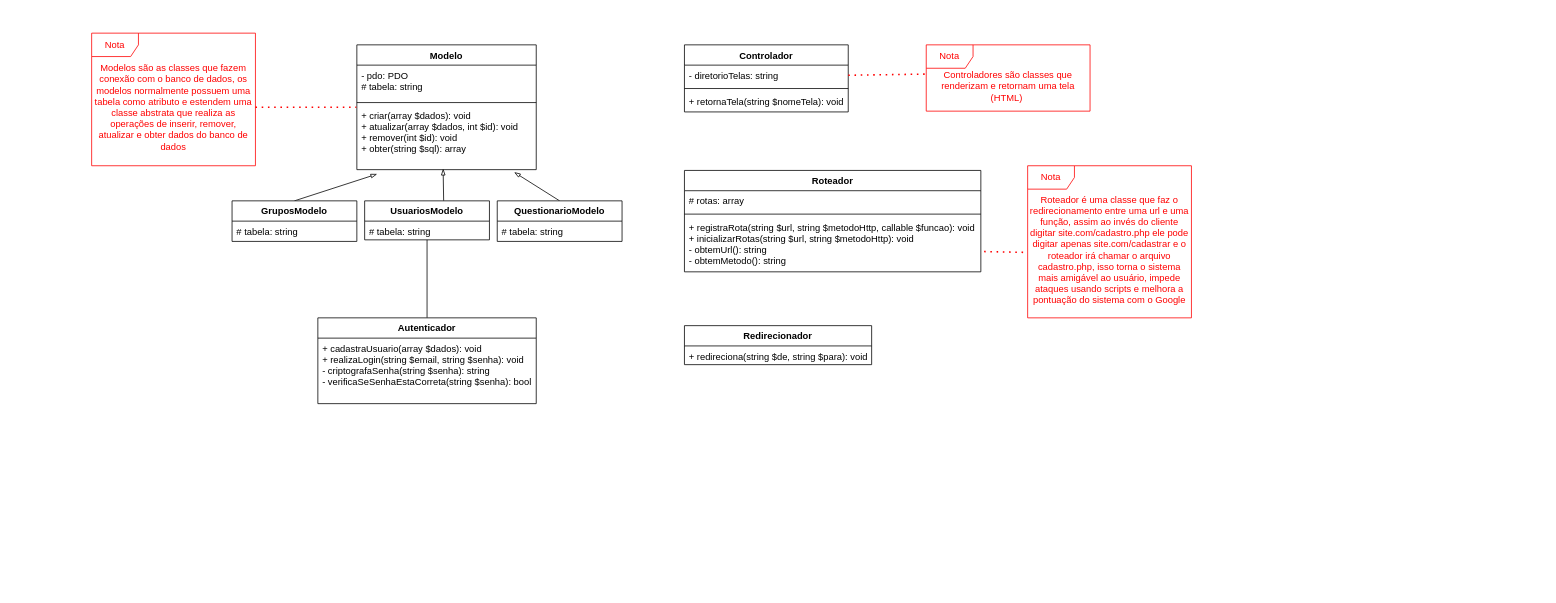
Before: Diagramas/Arquitetura de classes.drawio in pmarangon/Grupo-1-PI--Sa-de-e-Bem-Estar, a draw.io diagram. Source tidied: cells renumbered, new cells numbered last; positions are measured from the earlier drawing's top-left corner, leaving out a move shared by most shapes. Both pictures are drawn from the tidied source at 78%, with x=0, y=0 at pixel (91, 33).
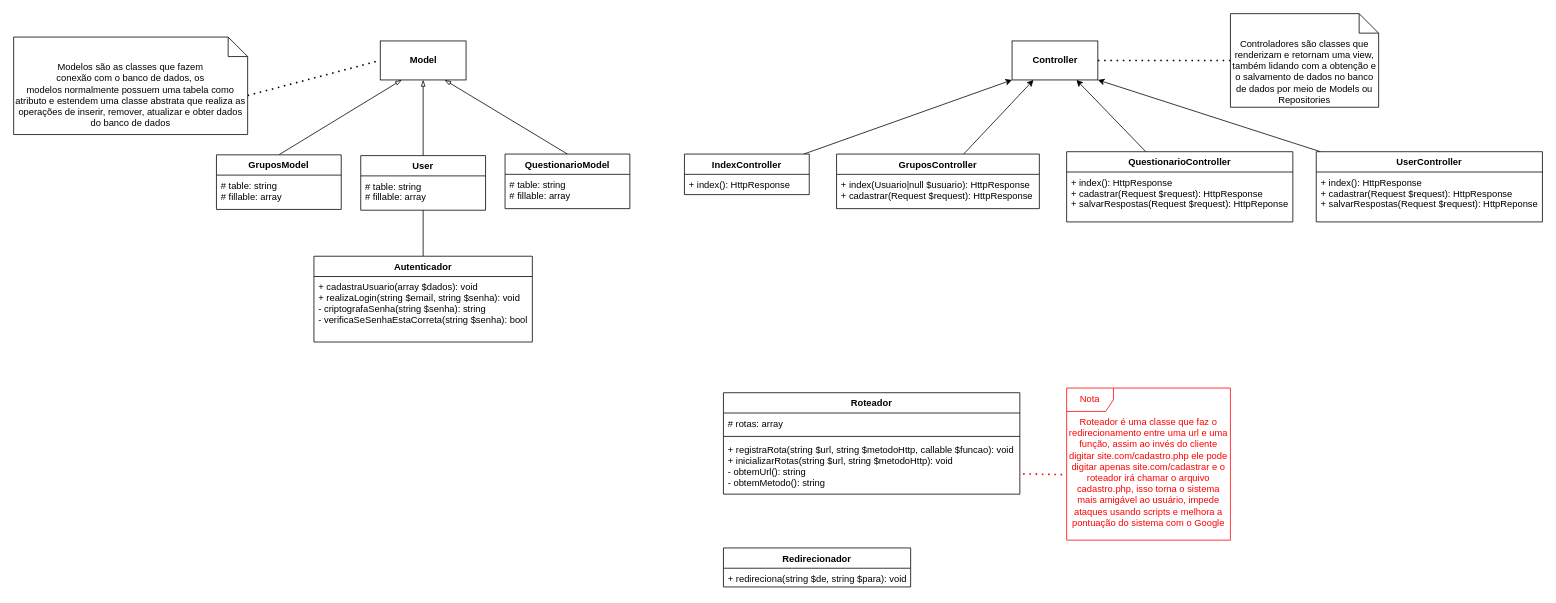
After the change.

Commit message:
Melhora diagrama de arquitetura de classes

What changed in the source:
```diff
@@
-    <mxCell id="2" value="Modelo" style="swimlane;fontStyle=1;align=center;verticalAlign=top;horizontal=1;startSize=26;" parent="1" vertex="1">
-      <mxGeometry x="340" y="15" width="230" height="160" as="geometry" />
-    </mxCell>
-    <mxCell id="3" value="- pdo: PDO&#10;# tabela: string" style="text;strokeColor=none;fillColor=none;align=left;verticalAlign=top;spacingLeft=4;spacingRight=4;overflow=hidden;" parent="2" vertex="1">
-      <mxGeometry y="26" width="230" height="44" as="geometry" />
-    </mxCell>
-    <mxCell id="4" style="line;strokeWidth=1;fillColor=none;align=left;verticalAlign=middle;spacingTop=-1;spacingLeft=3;spacingRight=3;labelPosition=right;" parent="2" vertex="1">
-      <mxGeometry y="70" width="230" height="8" as="geometry" />
-    </mxCell>
-    <mxCell id="5" value="+ criar(array $dados): void&#10;+ atualizar(array $dados, int $id): void&#10;+ remover(int $id): void&#10;+ obter(string $sql): array" style="text;strokeColor=none;fillColor=none;align=left;verticalAlign=top;spacingLeft=4;spacingRight=4;overflow=hidden;points=[[0,0.5],[1,0.5]];portConstraint=eastwest;" parent="2" vertex="1">
-      <mxGeometry y="78" width="230" height="82" as="geometry" />
-    </mxCell>
-    <mxCell id="6" style="rounded=0;jettySize=auto;html=1;exitX=0.5;exitY=0;exitDx=0;exitDy=0;entryX=0.113;entryY=1.069;entryDx=0;entryDy=0;entryPerimeter=0;endArrow=blockThin;endFill=0;" parent="1" edge="1" source="7" target="5">
+    <mxCell id="6" style="rounded=0;jettySize=auto;html=1;exitX=0.5;exitY=0;exitDx=0;exitDy=0;entryX=0.25;entryY=1;entryDx=0;entryDy=0;endArrow=blockThin;endFill=0;" parent="1" edge="1" source="7" target="38">
       <mxGeometry relative="1" as="geometry" />
     </mxCell>
-    <mxCell id="7" value="GruposModelo" style="swimlane;fontStyle=1;align=center;verticalAlign=top;horizontal=1;startSize=26;" parent="1" vertex="1">
-      <mxGeometry x="180" y="215" width="160" height="52" as="geometry" />
+    <mxCell id="7" value="GruposModel" style="swimlane;fontStyle=1;align=center;verticalAlign=top;horizontal=1;startSize=26;" parent="1" vertex="1">
+      <mxGeometry x="160" y="156" width="160" height="70" as="geometry" />
     </mxCell>
-    <mxCell id="8" value="# tabela: string" style="text;strokeColor=none;fillColor=none;align=left;verticalAlign=top;spacingLeft=4;spacingRight=4;overflow=hidden;" parent="7" vertex="1">
-      <mxGeometry y="26" width="160" height="26" as="geometry" />
+    <mxCell id="8" value="# table: string&#10;# fillable: array" style="text;strokeColor=none;fillColor=none;align=left;verticalAlign=top;spacingLeft=4;spacingRight=4;overflow=hidden;" parent="7" vertex="1">
+      <mxGeometry y="26" width="160" height="44" as="geometry" />
     </mxCell>
-    <mxCell id="9" style="rounded=0;jettySize=auto;html=1;exitX=0.633;exitY=0;exitDx=0;exitDy=0;entryX=0.481;entryY=0.986;entryDx=0;entryDy=0;entryPerimeter=0;endArrow=blockThin;endFill=0;exitPerimeter=0;" parent="1" edge="1" source="11" target="5">
+    <mxCell id="9" style="rounded=0;jettySize=auto;html=1;exitX=0.5;exitY=0;exitDx=0;exitDy=0;entryX=0.5;entryY=1;entryDx=0;entryDy=0;endArrow=blockThin;endFill=0;" parent="1" edge="1" source="11" target="38">
       <mxGeometry relative="1" as="geometry" />
     </mxCell>
@@
-    <mxCell id="11" value="UsuariosModelo" style="swimlane;fontStyle=1;align=center;verticalAlign=top;horizontal=1;startSize=26;" parent="1" vertex="1">
-      <mxGeometry x="350" y="215" width="160" height="50" as="geometry" />
+    <mxCell id="11" value="User" style="swimlane;fontStyle=1;align=center;verticalAlign=top;horizontal=1;startSize=26;" parent="1" vertex="1">
+      <mxGeometry x="345" y="157" width="160" height="70" as="geometry" />
     </mxCell>
-    <mxCell id="12" value="# tabela: string" style="text;strokeColor=none;fillColor=none;align=left;verticalAlign=top;spacingLeft=4;spacingRight=4;overflow=hidden;" parent="11" vertex="1">
-      <mxGeometry y="26" width="160" height="24" as="geometry" />
+    <mxCell id="12" value="# table: string&#10;# fillable: array" style="text;strokeColor=none;fillColor=none;align=left;verticalAlign=top;spacingLeft=4;spacingRight=4;overflow=hidden;" parent="11" vertex="1">
+      <mxGeometry y="26" width="160" height="44" as="geometry" />
     </mxCell>
-    <mxCell id="13" style="edgeStyle=none;rounded=0;jettySize=auto;html=1;exitX=0.5;exitY=0;exitDx=0;exitDy=0;entryX=0.877;entryY=1.04;entryDx=0;entryDy=0;entryPerimeter=0;endArrow=blockThin;endFill=0;" parent="1" edge="1" source="14" target="5">
+    <mxCell id="13" style="edgeStyle=none;rounded=0;jettySize=auto;html=1;exitX=0.5;exitY=0;exitDx=0;exitDy=0;entryX=0.75;entryY=1;entryDx=0;entryDy=0;endArrow=blockThin;endFill=0;" parent="1" edge="1" source="14" target="38">
       <mxGeometry relative="1" as="geometry" />
     </mxCell>
-    <mxCell id="14" value="QuestionarioModelo" style="swimlane;fontStyle=1;align=center;verticalAlign=top;horizontal=1;startSize=26;" parent="1" vertex="1">
-      <mxGeometry x="520" y="215" width="160" height="52" as="geometry" />
+    <mxCell id="14" value="QuestionarioModel" style="swimlane;fontStyle=1;align=center;verticalAlign=top;horizontal=1;startSize=26;" parent="1" vertex="1">
+      <mxGeometry x="530" y="155" width="160" height="70" as="geometry" />
     </mxCell>
-    <mxCell id="15" value="# tabela: string" style="text;strokeColor=none;fillColor=none;align=left;verticalAlign=top;spacingLeft=4;spacingRight=4;overflow=hidden;" parent="14" vertex="1">
-      <mxGeometry y="26" width="160" height="26" as="geometry" />
+    <mxCell id="15" value="# table: string&#10;# fillable: array" style="text;strokeColor=none;fillColor=none;align=left;verticalAlign=top;spacingLeft=4;spacingRight=4;overflow=hidden;" parent="14" vertex="1">
+      <mxGeometry y="26" width="160" height="44" as="geometry" />
     </mxCell>
     <mxCell id="16" value="Autenticador" style="swimlane;fontStyle=1;align=center;verticalAlign=top;horizontal=1;startSize=26;" parent="1" vertex="1">
-      <mxGeometry x="290" y="365" width="280" height="110" as="geometry" />
+      <mxGeometry x="285" y="286" width="280" height="110" as="geometry" />
     </mxCell>
@@
     <mxCell id="18" value="Roteador" style="swimlane;fontStyle=1;align=center;verticalAlign=top;horizontal=1;startSize=26;" parent="1" vertex="1">
-      <mxGeometry x="760" y="176" width="380" height="130" as="geometry" />
+      <mxGeometry x="810" y="461" width="380" height="130" as="geometry" />
     </mxCell>
@@
     <mxCell id="22" value="Redirecionador" style="swimlane;fontStyle=1;align=center;verticalAlign=top;horizontal=1;startSize=26;" parent="1" vertex="1">
-      <mxGeometry x="760" y="375" width="240" height="50" as="geometry" />
+      <mxGeometry x="810" y="660" width="240" height="50" as="geometry" />
     </mxCell>
@@
-    <mxCell id="24" value="Controlador" style="swimlane;fontStyle=1;align=center;verticalAlign=top;horizontal=1;startSize=26;" parent="1" vertex="1">
-      <mxGeometry x="760" y="15" width="210" height="86" as="geometry" />
-    </mxCell>
-    <mxCell id="25" value="- diretorioTelas: string" style="text;strokeColor=none;fillColor=none;align=left;verticalAlign=top;spacingLeft=4;spacingRight=4;overflow=hidden;points=[[0,0.5],[1,0.5]];portConstraint=eastwest;" parent="24" vertex="1">
-      <mxGeometry y="26" width="210" height="26" as="geometry" />
-    </mxCell>
-    <mxCell id="26" style="line;strokeWidth=1;fillColor=none;align=left;verticalAlign=middle;spacingTop=-1;spacingLeft=3;spacingRight=3;labelPosition=right;" parent="24" vertex="1">
-      <mxGeometry y="52" width="210" height="8" as="geometry" />
-    </mxCell>
-    <mxCell id="27" value="+ retornaTela(string $nomeTela): void" style="text;strokeColor=none;fillColor=none;align=left;verticalAlign=top;spacingLeft=4;spacingRight=4;overflow=hidden;" parent="24" vertex="1">
-      <mxGeometry y="60" width="210" height="26" as="geometry" />
-    </mxCell>
-    <mxCell id="28" value="Nota" style="shape=umlFrame;whiteSpace=wrap;html=1;fontColor=#FF0000;strokeColor=#FF0000;" parent="1" vertex="1">
-      <mxGeometry width="210" height="170" as="geometry" />
-    </mxCell>
-    <mxCell id="29" value="Modelos são as classes que fazem&lt;br&gt;conexão com o banco de dados, os&lt;br&gt;modelos normalmente possuem uma tabela como atributo e estendem uma classe abstrata que realiza as operações de inserir, remover, atualizar e obter dados do banco de dados" style="text;html=1;strokeColor=none;fillColor=none;align=center;verticalAlign=middle;whiteSpace=wrap;rounded=0;fontColor=#FF0000;" parent="1" vertex="1">
-      <mxGeometry y="37.5" width="210" height="115" as="geometry" />
-    </mxCell>
-    <mxCell id="30" style="endArrow=none;dashed=1;html=1;dashPattern=1 3;strokeWidth=2;exitX=1;exitY=0.5;exitDx=0;exitDy=0;entryX=-0.003;entryY=0.024;entryDx=0;entryDy=0;entryPerimeter=0;strokeColor=#FF0000;" parent="1" edge="1" source="29" target="5">
+    <mxCell id="30" style="endArrow=none;dashed=1;html=1;dashPattern=1 3;strokeWidth=2;exitX=0;exitY=0;exitDx=300;exitDy=75;strokeColor=#000000;exitPerimeter=0;entryX=0;entryY=0.5;entryDx=0;entryDy=0;" parent="1" edge="1" source="29" target="38">
       <mxGeometry relative="1" as="geometry" />
     </mxCell>
-    <mxCell id="31" value="Nota" style="shape=umlFrame;whiteSpace=wrap;html=1;fontColor=#FF0000;strokeColor=#FF0000;" parent="1" vertex="1">
-      <mxGeometry x="1070" y="15" width="210" height="85" as="geometry" />
-    </mxCell>
-    <mxCell id="32" value="Controladores são classes que&lt;br&gt;renderizam e retornam uma tela (HTML)&amp;nbsp;" style="text;html=1;strokeColor=none;fillColor=none;align=center;verticalAlign=middle;whiteSpace=wrap;rounded=0;fontColor=#FF0000;" parent="1" vertex="1">
-      <mxGeometry x="1070" y="50" width="210" height="35" as="geometry" />
-    </mxCell>
     <mxCell id="33" value="Nota" style="shape=umlFrame;whiteSpace=wrap;html=1;fontColor=#FF0000;strokeColor=#FF0000;" parent="1" vertex="1">
-      <mxGeometry x="1200" y="170" width="210" height="195" as="geometry" />
+      <mxGeometry x="1250" y="455" width="210" height="195" as="geometry" />
     </mxCell>
     <mxCell id="34" value="Roteador é uma classe que faz o redirecionamento entre uma url e uma função, assim ao invés do cliente digitar site.com/cadastro.php ele pode digitar apenas site.com/cadastrar e o roteador irá chamar o arquivo cadastro.php, isso torna o sistema mais amigável ao usuário, impede ataques usando scripts e melhora a pontuação do sistema com o Google" style="text;html=1;strokeColor=none;fillColor=none;align=center;verticalAlign=middle;whiteSpace=wrap;rounded=0;fontColor=#FF0000;" parent="1" vertex="1">
-      <mxGeometry x="1200" y="210" width="210" height="135" as="geometry" />
+      <mxGeometry x="1250" y="495" width="210" height="135" as="geometry" />
     </mxCell>
@@
-    <mxCell id="36" style="endArrow=none;dashed=1;html=1;dashPattern=1 3;strokeWidth=2;exitX=1;exitY=0.5;exitDx=0;exitDy=0;entryX=-0.003;entryY=0.071;entryDx=0;entryDy=0;strokeColor=#FF0000;entryPerimeter=0;" parent="1" edge="1" source="25" target="32">
+    <mxCell id="36" style="endArrow=none;dashed=1;html=1;dashPattern=1 3;strokeWidth=2;exitX=1;exitY=0.5;exitDx=0;exitDy=0;entryX=0;entryY=0.5;entryDx=0;entryDy=0;strokeColor=#000000;entryPerimeter=0;" parent="1" edge="1" source="39" target="37">
       <mxGeometry relative="1" as="geometry" />
     </mxCell>
+    <mxCell id="29" value="Modelos são as classes que fazem&lt;br&gt;conexão com o banco de dados, os&lt;br&gt;modelos normalmente possuem uma tabela como atributo e estendem uma classe abstrata que realiza as operações de inserir, remover, atualizar e obter dados do banco de dados" style="shape=note2;boundedLbl=1;whiteSpace=wrap;html=1;size=25;verticalAlign=top;align=center;" parent="1" vertex="1">
+      <mxGeometry x="-100" y="5" width="300" height="125" as="geometry" />
+    </mxCell>
+    <mxCell id="37" value="Controladores são classes que&lt;br&gt;renderizam e retornam uma view, também lidando com a obtenção e o salvamento de dados no banco de dados por meio de Models ou Repositories" style="shape=note2;boundedLbl=1;whiteSpace=wrap;html=1;size=25;verticalAlign=top;align=center;" parent="1" vertex="1">
+      <mxGeometry x="1460" y="-25" width="190" height="120" as="geometry" />
+    </mxCell>
+    <mxCell id="38" value="&lt;b&gt;Model&lt;/b&gt;" style="html=1;" parent="1" vertex="1">
+      <mxGeometry x="370" y="10" width="110" height="50" as="geometry" />
+    </mxCell>
+    <mxCell id="39" value="&lt;b&gt;Controller&lt;/b&gt;" style="html=1;" parent="1" vertex="1">
+      <mxGeometry x="1180" y="10" width="110" height="50" as="geometry" />
+    </mxCell>
+    <mxCell id="40" style="edgeStyle=none;rounded=0;jettySize=auto;html=1;entryX=0;entryY=1;entryDx=0;entryDy=0;strokeColor=#000000;" parent="1" edge="1" source="41" target="39">
+      <mxGeometry relative="1" as="geometry" />
+    </mxCell>
+    <mxCell id="41" value="IndexController" style="swimlane;fontStyle=1;align=center;verticalAlign=top;horizontal=1;startSize=26;" parent="1" vertex="1">
+      <mxGeometry x="760" y="155" width="160" height="52" as="geometry" />
+    </mxCell>
+    <mxCell id="42" value="+ index(): HttpResponse" style="text;strokeColor=none;fillColor=none;align=left;verticalAlign=top;spacingLeft=4;spacingRight=4;overflow=hidden;" parent="41" vertex="1">
+      <mxGeometry y="26" width="160" height="26" as="geometry" />
+    </mxCell>
+    <mxCell id="43" style="edgeStyle=none;rounded=0;jettySize=auto;html=1;entryX=0.25;entryY=1;entryDx=0;entryDy=0;strokeColor=#000000;" parent="1" edge="1" source="44" target="39">
+      <mxGeometry relative="1" as="geometry" />
+    </mxCell>
+    <mxCell id="44" value="GruposController" style="swimlane;fontStyle=1;align=center;verticalAlign=top;horizontal=1;startSize=26;" parent="1" vertex="1">
+      <mxGeometry x="955" y="155" width="260" height="70" as="geometry" />
+    </mxCell>
+    <mxCell id="45" value="+ index(Usuario|null $usuario): HttpResponse&#10;+ cadastrar(Request $request): HttpResponse" style="text;strokeColor=none;fillColor=none;align=left;verticalAlign=top;spacingLeft=4;spacingRight=4;overflow=hidden;" parent="44" vertex="1">
+      <mxGeometry y="26" width="260" height="44" as="geometry" />
+    </mxCell>
+    <mxCell id="46" style="edgeStyle=none;rounded=0;jettySize=auto;html=1;entryX=0.75;entryY=1;entryDx=0;entryDy=0;strokeColor=#000000;" parent="1" edge="1" source="47" target="39">
+      <mxGeometry relative="1" as="geometry" />
+    </mxCell>
+    <mxCell id="47" value="QuestionarioController" style="swimlane;fontStyle=1;align=center;verticalAlign=top;horizontal=1;startSize=26;" parent="1" vertex="1">
+      <mxGeometry x="1250" y="152" width="290" height="90" as="geometry" />
+    </mxCell>
+    <mxCell id="48" value="+ index(): HttpResponse&#10;+ cadastrar(Request $request): HttpResponse&#10;+ salvarRespostas(Request $request): HttpReponse" style="text;strokeColor=none;fillColor=none;align=left;verticalAlign=top;spacingLeft=4;spacingRight=4;overflow=hidden;" parent="47" vertex="1">
+      <mxGeometry y="26" width="290" height="64" as="geometry" />
+    </mxCell>
+    <mxCell id="49" style="edgeStyle=none;rounded=0;jettySize=auto;html=1;entryX=1;entryY=1;entryDx=0;entryDy=0;strokeColor=#000000;" parent="1" edge="1" source="50" target="39">
+      <mxGeometry relative="1" as="geometry" />
+    </mxCell>
+    <mxCell id="50" value="UserController" style="swimlane;fontStyle=1;align=center;verticalAlign=top;horizontal=1;startSize=26;" parent="1" vertex="1">
+      <mxGeometry x="1570" y="152" width="290" height="90" as="geometry" />
+    </mxCell>
+    <mxCell id="51" value="+ index(): HttpResponse&#10;+ cadastrar(Request $request): HttpResponse&#10;+ salvarRespostas(Request $request): HttpReponse" style="text;strokeColor=none;fillColor=none;align=left;verticalAlign=top;spacingLeft=4;spacingRight=4;overflow=hidden;" parent="50" vertex="1">
+      <mxGeometry y="26" width="290" height="64" as="geometry" />
+    </mxCell>
```
